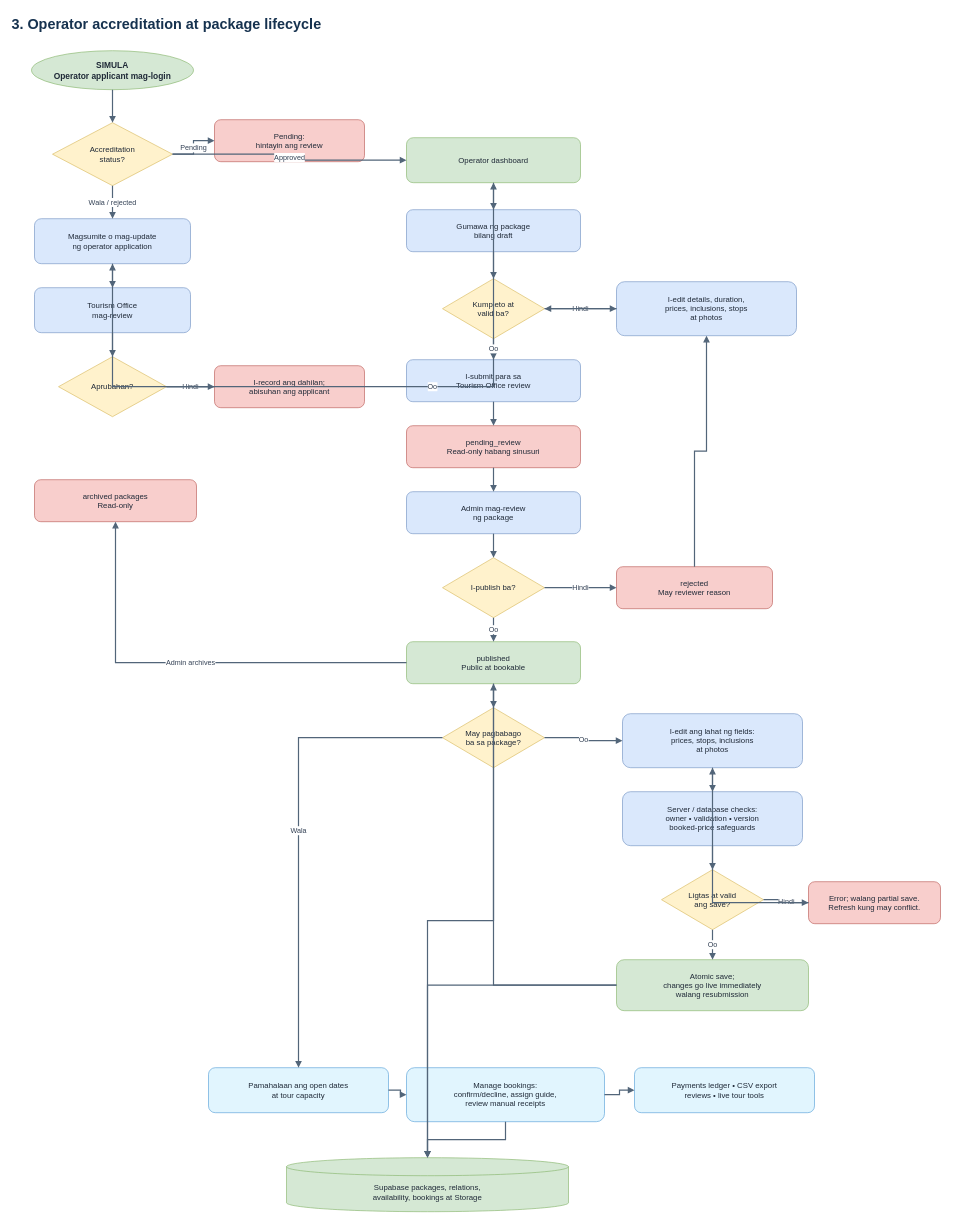
The draw.io diagram page "03 Operator and Packages" (3 of 6) of docs/CONNECT_DAET_SYSTEM_FLOWCHART.drawio in MarkBarrios19/daet-connect.ph, before the edit. Source tidied: cells renumbered, new cells numbered last; positions are measured from the earlier drawing's top-left corner, leaving out a move shared by most shapes. Both pictures are drawn from the tidied source at 60%, with x=0, y=0 at pixel (10, 10).
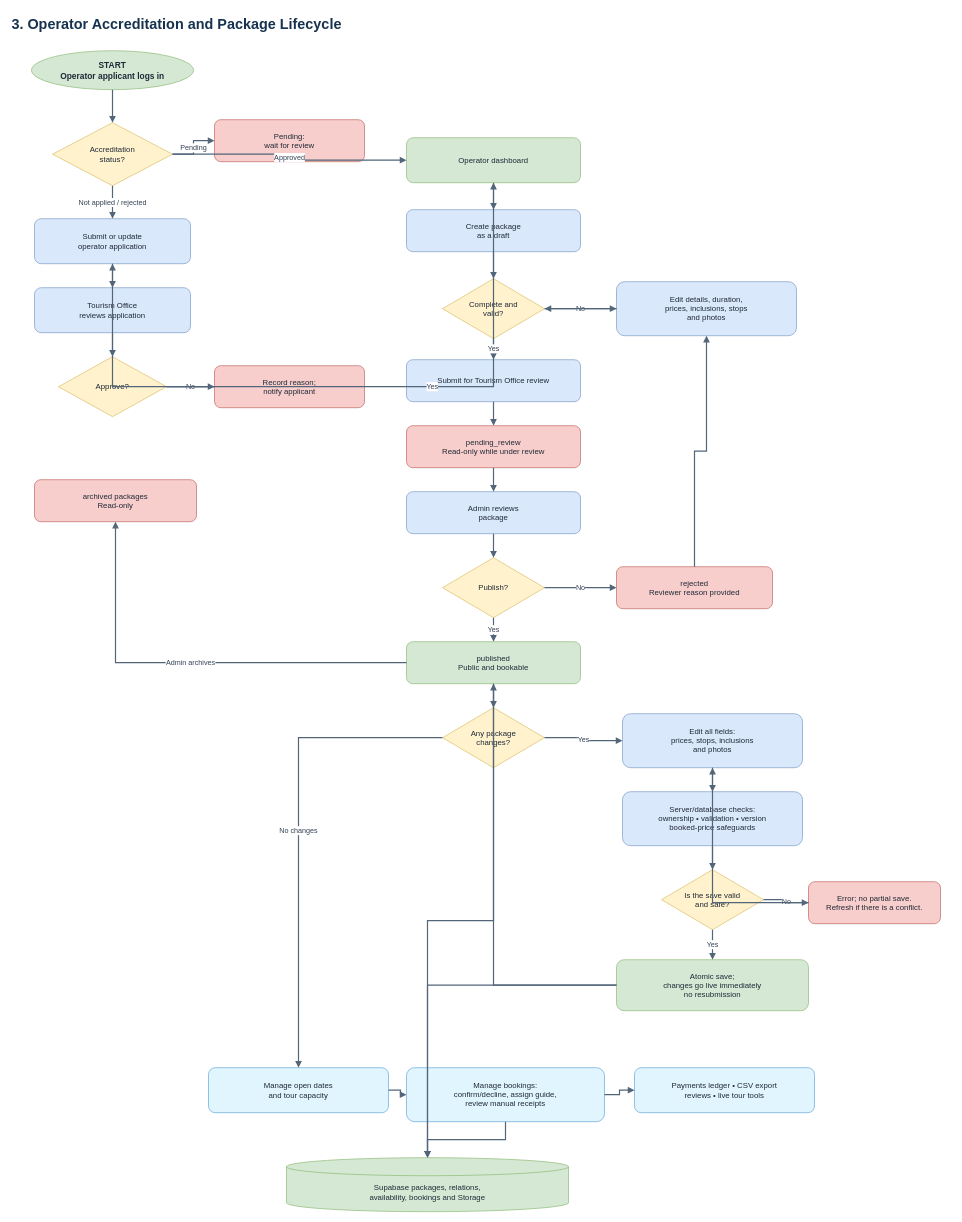
The same diagram, later.

The change refers to these unchanged cells:
```xml
<mxCell id="4" value="Accreditation&lt;br&gt;status?" style="rhombus;whiteSpace=wrap;html=1;fillColor=#fff2cc;strokeColor=#d6b656;fontColor=#1f2937;fontSize=13;align=center;verticalAlign=middle;spacing=6;" parent="1" vertex="1">
  <mxGeometry x="70" y="187" width="200" height="105" as="geometry" />
</mxCell>
<mxCell id="10" value="Operator dashboard" style="rounded=1;whiteSpace=wrap;html=1;fillColor=#d5e8d4;strokeColor=#82b366;fontColor=#1f2937;fontSize=13;align=center;verticalAlign=middle;spacing=8;" parent="1" vertex="1">
  <mxGeometry x="660" y="212" width="290" height="75" as="geometry" />
</mxCell>
```

Diff of the diagram source:
```diff
@@
-    <mxCell id="2" value="3. Operator accreditation at package lifecycle" style="text;html=1;align=left;verticalAlign=middle;fontSize=24;fontStyle=1;fontColor=#16324f;whiteSpace=wrap;" parent="1" vertex="1">
+    <mxCell id="2" value="3. Operator Accreditation and Package Lifecycle" style="text;html=1;align=left;verticalAlign=middle;fontSize=24;fontStyle=1;fontColor=#16324f;whiteSpace=wrap;" parent="1" vertex="1">
       <mxGeometry width="1570" height="48" as="geometry" />
     </mxCell>
-    <mxCell id="3" value="SIMULA&lt;br&gt;Operator applicant mag-login" style="ellipse;whiteSpace=wrap;html=1;fillColor=#d5e8d4;strokeColor=#82b366;fontColor=#1f2937;fontSize=14;fontStyle=1;align=center;verticalAlign=middle;spacing=8;" parent="1" vertex="1">
+    <mxCell id="3" value="START&lt;br&gt;Operator applicant logs in" style="ellipse;whiteSpace=wrap;html=1;fillColor=#d5e8d4;strokeColor=#82b366;fontColor=#1f2937;fontSize=14;fontStyle=1;align=center;verticalAlign=middle;spacing=8;" parent="1" vertex="1">
       <mxGeometry x="35" y="67" width="270" height="65" as="geometry" />
     </mxCell>
@@
-    <mxCell id="5" value="Magsumite o mag-update&lt;br&gt;ng operator application" style="rounded=1;whiteSpace=wrap;html=1;fillColor=#dae8fc;strokeColor=#6c8ebf;fontColor=#1f2937;fontSize=13;align=center;verticalAlign=middle;spacing=8;" parent="1" vertex="1">
+    <mxCell id="5" value="Submit or update&lt;br&gt;operator application" style="rounded=1;whiteSpace=wrap;html=1;fillColor=#dae8fc;strokeColor=#6c8ebf;fontColor=#1f2937;fontSize=13;align=center;verticalAlign=middle;spacing=8;" parent="1" vertex="1">
       <mxGeometry x="40" y="347" width="260" height="75" as="geometry" />
     </mxCell>
-    <mxCell id="6" value="Tourism Office&lt;br&gt;mag-review" style="rounded=1;whiteSpace=wrap;html=1;fillColor=#dae8fc;strokeColor=#6c8ebf;fontColor=#1f2937;fontSize=13;align=center;verticalAlign=middle;spacing=8;" parent="1" vertex="1">
+    <mxCell id="6" value="Tourism Office&lt;br&gt;reviews application" style="rounded=1;whiteSpace=wrap;html=1;fillColor=#dae8fc;strokeColor=#6c8ebf;fontColor=#1f2937;fontSize=13;align=center;verticalAlign=middle;spacing=8;" parent="1" vertex="1">
       <mxGeometry x="40" y="462" width="260" height="75" as="geometry" />
     </mxCell>
-    <mxCell id="7" value="Aprubahan?" style="rhombus;whiteSpace=wrap;html=1;fillColor=#fff2cc;strokeColor=#d6b656;fontColor=#1f2937;fontSize=13;align=center;verticalAlign=middle;spacing=6;" parent="1" vertex="1">
+    <mxCell id="7" value="Approve?" style="rhombus;whiteSpace=wrap;html=1;fillColor=#fff2cc;strokeColor=#d6b656;fontColor=#1f2937;fontSize=13;align=center;verticalAlign=middle;spacing=6;" parent="1" vertex="1">
       <mxGeometry x="80" y="577" width="180" height="100" as="geometry" />
     </mxCell>
-    <mxCell id="8" value="I-record ang dahilan;&lt;br&gt;abisuhan ang applicant" style="rounded=1;whiteSpace=wrap;html=1;fillColor=#f8cecc;strokeColor=#b85450;fontColor=#1f2937;fontSize=13;align=center;verticalAlign=middle;spacing=8;" parent="1" vertex="1">
+    <mxCell id="8" value="Record reason;&lt;br&gt;notify applicant" style="rounded=1;whiteSpace=wrap;html=1;fillColor=#f8cecc;strokeColor=#b85450;fontColor=#1f2937;fontSize=13;align=center;verticalAlign=middle;spacing=8;" parent="1" vertex="1">
       <mxGeometry x="340" y="592" width="250" height="70" as="geometry" />
     </mxCell>
-    <mxCell id="9" value="Pending:&lt;br&gt;hintayin ang review" style="rounded=1;whiteSpace=wrap;html=1;fillColor=#f8cecc;strokeColor=#b85450;fontColor=#1f2937;fontSize=13;align=center;verticalAlign=middle;spacing=8;" parent="1" vertex="1">
+    <mxCell id="9" value="Pending:&lt;br&gt;wait for review" style="rounded=1;whiteSpace=wrap;html=1;fillColor=#f8cecc;strokeColor=#b85450;fontColor=#1f2937;fontSize=13;align=center;verticalAlign=middle;spacing=8;" parent="1" vertex="1">
       <mxGeometry x="340" y="182" width="250" height="70" as="geometry" />
     </mxCell>
@@
-    <mxCell id="11" value="Gumawa ng package&lt;br&gt;bilang draft" style="rounded=1;whiteSpace=wrap;html=1;fillColor=#dae8fc;strokeColor=#6c8ebf;fontColor=#1f2937;fontSize=13;align=center;verticalAlign=middle;spacing=8;" parent="1" vertex="1">
+    <mxCell id="11" value="Create package&lt;br&gt;as a draft" style="rounded=1;whiteSpace=wrap;html=1;fillColor=#dae8fc;strokeColor=#6c8ebf;fontColor=#1f2937;fontSize=13;align=center;verticalAlign=middle;spacing=8;" parent="1" vertex="1">
       <mxGeometry x="660" y="332" width="290" height="70" as="geometry" />
     </mxCell>
-    <mxCell id="12" value="Kumpleto at&lt;br&gt;valid ba?" style="rhombus;whiteSpace=wrap;html=1;fillColor=#fff2cc;strokeColor=#d6b656;fontColor=#1f2937;fontSize=13;align=center;verticalAlign=middle;spacing=6;" parent="1" vertex="1">
+    <mxCell id="12" value="Complete and&lt;br&gt;valid?" style="rhombus;whiteSpace=wrap;html=1;fillColor=#fff2cc;strokeColor=#d6b656;fontColor=#1f2937;fontSize=13;align=center;verticalAlign=middle;spacing=6;" parent="1" vertex="1">
       <mxGeometry x="720" y="447" width="170" height="100" as="geometry" />
     </mxCell>
-    <mxCell id="13" value="I-edit details, duration,&lt;br&gt;prices, inclusions, stops&lt;br&gt;at photos" style="rounded=1;whiteSpace=wrap;html=1;fillColor=#dae8fc;strokeColor=#6c8ebf;fontColor=#1f2937;fontSize=13;align=center;verticalAlign=middle;spacing=8;" parent="1" vertex="1">
+    <mxCell id="13" value="Edit details, duration,&lt;br&gt;prices, inclusions, stops&lt;br&gt;and photos" style="rounded=1;whiteSpace=wrap;html=1;fillColor=#dae8fc;strokeColor=#6c8ebf;fontColor=#1f2937;fontSize=13;align=center;verticalAlign=middle;spacing=8;" parent="1" vertex="1">
       <mxGeometry x="1010" y="452" width="300" height="90" as="geometry" />
     </mxCell>
-    <mxCell id="14" value="I-submit para sa&lt;br&gt;Tourism Office review" style="rounded=1;whiteSpace=wrap;html=1;fillColor=#dae8fc;strokeColor=#6c8ebf;fontColor=#1f2937;fontSize=13;align=center;verticalAlign=middle;spacing=8;" parent="1" vertex="1">
+    <mxCell id="14" value="Submit for Tourism Office review" style="rounded=1;whiteSpace=wrap;html=1;fillColor=#dae8fc;strokeColor=#6c8ebf;fontColor=#1f2937;fontSize=13;align=center;verticalAlign=middle;spacing=8;" parent="1" vertex="1">
       <mxGeometry x="660" y="582" width="290" height="70" as="geometry" />
     </mxCell>
-    <mxCell id="15" value="pending_review&lt;br&gt;Read-only habang sinusuri" style="rounded=1;whiteSpace=wrap;html=1;fillColor=#f8cecc;strokeColor=#b85450;fontColor=#1f2937;fontSize=13;align=center;verticalAlign=middle;spacing=8;" parent="1" vertex="1">
+    <mxCell id="15" value="pending_review&lt;br&gt;Read-only while under review" style="rounded=1;whiteSpace=wrap;html=1;fillColor=#f8cecc;strokeColor=#b85450;fontColor=#1f2937;fontSize=13;align=center;verticalAlign=middle;spacing=8;" parent="1" vertex="1">
       <mxGeometry x="660" y="692" width="290" height="70" as="geometry" />
     </mxCell>
-    <mxCell id="16" value="Admin mag-review&lt;br&gt;ng package" style="rounded=1;whiteSpace=wrap;html=1;fillColor=#dae8fc;strokeColor=#6c8ebf;fontColor=#1f2937;fontSize=13;align=center;verticalAlign=middle;spacing=8;" parent="1" vertex="1">
+    <mxCell id="16" value="Admin reviews&lt;br&gt;package" style="rounded=1;whiteSpace=wrap;html=1;fillColor=#dae8fc;strokeColor=#6c8ebf;fontColor=#1f2937;fontSize=13;align=center;verticalAlign=middle;spacing=8;" parent="1" vertex="1">
       <mxGeometry x="660" y="802" width="290" height="70" as="geometry" />
     </mxCell>
-    <mxCell id="17" value="I-publish ba?" style="rhombus;whiteSpace=wrap;html=1;fillColor=#fff2cc;strokeColor=#d6b656;fontColor=#1f2937;fontSize=13;align=center;verticalAlign=middle;spacing=6;" parent="1" vertex="1">
+    <mxCell id="17" value="Publish?" style="rhombus;whiteSpace=wrap;html=1;fillColor=#fff2cc;strokeColor=#d6b656;fontColor=#1f2937;fontSize=13;align=center;verticalAlign=middle;spacing=6;" parent="1" vertex="1">
       <mxGeometry x="720" y="912" width="170" height="100" as="geometry" />
     </mxCell>
-    <mxCell id="18" value="rejected&lt;br&gt;May reviewer reason" style="rounded=1;whiteSpace=wrap;html=1;fillColor=#f8cecc;strokeColor=#b85450;fontColor=#1f2937;fontSize=13;align=center;verticalAlign=middle;spacing=8;" parent="1" vertex="1">
+    <mxCell id="18" value="rejected&lt;br&gt;Reviewer reason provided" style="rounded=1;whiteSpace=wrap;html=1;fillColor=#f8cecc;strokeColor=#b85450;fontColor=#1f2937;fontSize=13;align=center;verticalAlign=middle;spacing=8;" parent="1" vertex="1">
       <mxGeometry x="1010" y="927" width="260" height="70" as="geometry" />
     </mxCell>
-    <mxCell id="19" value="published&lt;br&gt;Public at bookable" style="rounded=1;whiteSpace=wrap;html=1;fillColor=#d5e8d4;strokeColor=#82b366;fontColor=#1f2937;fontSize=13;align=center;verticalAlign=middle;spacing=8;" parent="1" vertex="1">
+    <mxCell id="19" value="published&lt;br&gt;Public and bookable" style="rounded=1;whiteSpace=wrap;html=1;fillColor=#d5e8d4;strokeColor=#82b366;fontColor=#1f2937;fontSize=13;align=center;verticalAlign=middle;spacing=8;" parent="1" vertex="1">
       <mxGeometry x="660" y="1052" width="290" height="70" as="geometry" />
     </mxCell>
-    <mxCell id="20" value="May pagbabago&lt;br&gt;ba sa package?" style="rhombus;whiteSpace=wrap;html=1;fillColor=#fff2cc;strokeColor=#d6b656;fontColor=#1f2937;fontSize=13;align=center;verticalAlign=middle;spacing=6;" parent="1" vertex="1">
+    <mxCell id="20" value="Any package&lt;br&gt;changes?" style="rhombus;whiteSpace=wrap;html=1;fillColor=#fff2cc;strokeColor=#d6b656;fontColor=#1f2937;fontSize=13;align=center;verticalAlign=middle;spacing=6;" parent="1" vertex="1">
       <mxGeometry x="720" y="1162" width="170" height="100" as="geometry" />
     </mxCell>
-    <mxCell id="21" value="I-edit ang lahat ng fields:&lt;br&gt;prices, stops, inclusions&lt;br&gt;at photos" style="rounded=1;whiteSpace=wrap;html=1;fillColor=#dae8fc;strokeColor=#6c8ebf;fontColor=#1f2937;fontSize=13;align=center;verticalAlign=middle;spacing=8;" parent="1" vertex="1">
+    <mxCell id="21" value="Edit all fields:&lt;br&gt;prices, stops, inclusions&lt;br&gt;and photos" style="rounded=1;whiteSpace=wrap;html=1;fillColor=#dae8fc;strokeColor=#6c8ebf;fontColor=#1f2937;fontSize=13;align=center;verticalAlign=middle;spacing=8;" parent="1" vertex="1">
       <mxGeometry x="1020" y="1172" width="300" height="90" as="geometry" />
     </mxCell>
-    <mxCell id="22" value="Server / database checks:&lt;br&gt;owner • validation • version&lt;br&gt;booked-price safeguards" style="rounded=1;whiteSpace=wrap;html=1;fillColor=#dae8fc;strokeColor=#6c8ebf;fontColor=#1f2937;fontSize=13;align=center;verticalAlign=middle;spacing=8;" parent="1" vertex="1">
+    <mxCell id="22" value="Server/database checks:&lt;br&gt;ownership • validation • version&lt;br&gt;booked-price safeguards" style="rounded=1;whiteSpace=wrap;html=1;fillColor=#dae8fc;strokeColor=#6c8ebf;fontColor=#1f2937;fontSize=13;align=center;verticalAlign=middle;spacing=8;" parent="1" vertex="1">
       <mxGeometry x="1020" y="1302" width="300" height="90" as="geometry" />
     </mxCell>
-    <mxCell id="23" value="Ligtas at valid&lt;br&gt;ang save?" style="rhombus;whiteSpace=wrap;html=1;fillColor=#fff2cc;strokeColor=#d6b656;fontColor=#1f2937;fontSize=13;align=center;verticalAlign=middle;spacing=6;" parent="1" vertex="1">
+    <mxCell id="23" value="Is the save valid&lt;br&gt;and safe?" style="rhombus;whiteSpace=wrap;html=1;fillColor=#fff2cc;strokeColor=#d6b656;fontColor=#1f2937;fontSize=13;align=center;verticalAlign=middle;spacing=6;" parent="1" vertex="1">
       <mxGeometry x="1085" y="1432" width="170" height="100" as="geometry" />
     </mxCell>
-    <mxCell id="24" value="Error; walang partial save.&lt;br&gt;Refresh kung may conflict." style="rounded=1;whiteSpace=wrap;html=1;fillColor=#f8cecc;strokeColor=#b85450;fontColor=#1f2937;fontSize=13;align=center;verticalAlign=middle;spacing=8;" parent="1" vertex="1">
+    <mxCell id="24" value="Error; no partial save.&lt;br&gt;Refresh if there is a conflict." style="rounded=1;whiteSpace=wrap;html=1;fillColor=#f8cecc;strokeColor=#b85450;fontColor=#1f2937;fontSize=13;align=center;verticalAlign=middle;spacing=8;" parent="1" vertex="1">
       <mxGeometry x="1330" y="1452" width="220" height="70" as="geometry" />
     </mxCell>
-    <mxCell id="25" value="Atomic save;&lt;br&gt;changes go live immediately&lt;br&gt;walang resubmission" style="rounded=1;whiteSpace=wrap;html=1;fillColor=#d5e8d4;strokeColor=#82b366;fontColor=#1f2937;fontSize=13;align=center;verticalAlign=middle;spacing=8;" parent="1" vertex="1">
+    <mxCell id="25" value="Atomic save;&lt;br&gt;changes go live immediately&lt;br&gt;no resubmission" style="rounded=1;whiteSpace=wrap;html=1;fillColor=#d5e8d4;strokeColor=#82b366;fontColor=#1f2937;fontSize=13;align=center;verticalAlign=middle;spacing=8;" parent="1" vertex="1">
       <mxGeometry x="1010" y="1582" width="320" height="85" as="geometry" />
     </mxCell>
@@
-    <mxCell id="27" value="Pamahalaan ang open dates&lt;br&gt;at tour capacity" style="rounded=1;whiteSpace=wrap;html=1;fillColor=#e1f5fe;strokeColor=#4d9bd6;fontColor=#1f2937;fontSize=13;align=center;verticalAlign=middle;spacing=8;" parent="1" vertex="1">
+    <mxCell id="27" value="Manage open dates&lt;br&gt;and tour capacity" style="rounded=1;whiteSpace=wrap;html=1;fillColor=#e1f5fe;strokeColor=#4d9bd6;fontColor=#1f2937;fontSize=13;align=center;verticalAlign=middle;spacing=8;" parent="1" vertex="1">
       <mxGeometry x="330" y="1762" width="300" height="75" as="geometry" />
     </mxCell>
@@
-    <mxCell id="30" value="Supabase packages, relations,&lt;br&gt;availability, bookings at Storage" style="shape=cylinder3;whiteSpace=wrap;html=1;boundedLbl=1;backgroundOutline=1;size=15;fillColor=#d5e8d4;strokeColor=#82b366;fontColor=#1f2937;fontSize=13;align=center;verticalAlign=middle;spacing=8;" parent="1" vertex="1">
+    <mxCell id="30" value="Supabase packages, relations,&lt;br&gt;availability, bookings and Storage" style="shape=cylinder3;whiteSpace=wrap;html=1;boundedLbl=1;backgroundOutline=1;size=15;fillColor=#d5e8d4;strokeColor=#82b366;fontColor=#1f2937;fontSize=13;align=center;verticalAlign=middle;spacing=8;" parent="1" vertex="1">
       <mxGeometry x="460" y="1912" width="470" height="90" as="geometry" />
     </mxCell>
@@
-    <mxCell id="34" value="Wala / rejected" style="edgeStyle=orthogonalEdgeStyle;rounded=0;jettySize=auto;html=1;endArrow=block;endFill=1;strokeColor=#526579;strokeWidth=2;fontColor=#334155;fontSize=12;labelBackgroundColor=#ffffff;" parent="1" edge="1" source="4" target="5">
+    <mxCell id="34" value="Not applied / rejected" style="edgeStyle=orthogonalEdgeStyle;rounded=0;jettySize=auto;html=1;endArrow=block;endFill=1;strokeColor=#526579;strokeWidth=2;fontColor=#334155;fontSize=12;labelBackgroundColor=#ffffff;" parent="1" edge="1" source="4" target="5">
       <mxGeometry relative="1" as="geometry" />
     </mxCell>
@@
-    <mxCell id="37" value="Hindi" style="edgeStyle=orthogonalEdgeStyle;rounded=0;jettySize=auto;html=1;endArrow=block;endFill=1;strokeColor=#526579;strokeWidth=2;fontColor=#334155;fontSize=12;labelBackgroundColor=#ffffff;" parent="1" edge="1" source="7" target="8">
+    <mxCell id="37" value="No" style="edgeStyle=orthogonalEdgeStyle;rounded=0;jettySize=auto;html=1;endArrow=block;endFill=1;strokeColor=#526579;strokeWidth=2;fontColor=#334155;fontSize=12;labelBackgroundColor=#ffffff;" parent="1" edge="1" source="7" target="8">
       <mxGeometry relative="1" as="geometry" />
     </mxCell>
@@
-    <mxCell id="39" value="Oo" style="edgeStyle=orthogonalEdgeStyle;rounded=0;jettySize=auto;html=1;endArrow=block;endFill=1;strokeColor=#526579;strokeWidth=2;fontColor=#334155;fontSize=12;labelBackgroundColor=#ffffff;" parent="1" edge="1" source="7" target="10">
+    <mxCell id="39" value="Yes" style="edgeStyle=orthogonalEdgeStyle;rounded=0;jettySize=auto;html=1;endArrow=block;endFill=1;strokeColor=#526579;strokeWidth=2;fontColor=#334155;fontSize=12;labelBackgroundColor=#ffffff;" parent="1" edge="1" source="7" target="10">
       <mxGeometry relative="1" as="geometry" />
     </mxCell>
@@
-    <mxCell id="42" value="Hindi" style="edgeStyle=orthogonalEdgeStyle;rounded=0;jettySize=auto;html=1;endArrow=block;endFill=1;strokeColor=#526579;strokeWidth=2;fontColor=#334155;fontSize=12;labelBackgroundColor=#ffffff;" parent="1" edge="1" source="12" target="13">
+    <mxCell id="42" value="No" style="edgeStyle=orthogonalEdgeStyle;rounded=0;jettySize=auto;html=1;endArrow=block;endFill=1;strokeColor=#526579;strokeWidth=2;fontColor=#334155;fontSize=12;labelBackgroundColor=#ffffff;" parent="1" edge="1" source="12" target="13">
       <mxGeometry relative="1" as="geometry" />
     </mxCell>
@@
-    <mxCell id="44" value="Oo" style="edgeStyle=orthogonalEdgeStyle;rounded=0;jettySize=auto;html=1;endArrow=block;endFill=1;strokeColor=#526579;strokeWidth=2;fontColor=#334155;fontSize=12;labelBackgroundColor=#ffffff;" parent="1" edge="1" source="12" target="14">
+    <mxCell id="44" value="Yes" style="edgeStyle=orthogonalEdgeStyle;rounded=0;jettySize=auto;html=1;endArrow=block;endFill=1;strokeColor=#526579;strokeWidth=2;fontColor=#334155;fontSize=12;labelBackgroundColor=#ffffff;" parent="1" edge="1" source="12" target="14">
       <mxGeometry relative="1" as="geometry" />
     </mxCell>
@@
-    <mxCell id="48" value="Hindi" style="edgeStyle=orthogonalEdgeStyle;rounded=0;jettySize=auto;html=1;endArrow=block;endFill=1;strokeColor=#526579;strokeWidth=2;fontColor=#334155;fontSize=12;labelBackgroundColor=#ffffff;" parent="1" edge="1" source="17" target="18">
+    <mxCell id="48" value="No" style="edgeStyle=orthogonalEdgeStyle;rounded=0;jettySize=auto;html=1;endArrow=block;endFill=1;strokeColor=#526579;strokeWidth=2;fontColor=#334155;fontSize=12;labelBackgroundColor=#ffffff;" parent="1" edge="1" source="17" target="18">
       <mxGeometry relative="1" as="geometry" />
     </mxCell>
@@
-    <mxCell id="50" value="Oo" style="edgeStyle=orthogonalEdgeStyle;rounded=0;jettySize=auto;html=1;endArrow=block;endFill=1;strokeColor=#526579;strokeWidth=2;fontColor=#334155;fontSize=12;labelBackgroundColor=#ffffff;" parent="1" edge="1" source="17" target="19">
+    <mxCell id="50" value="Yes" style="edgeStyle=orthogonalEdgeStyle;rounded=0;jettySize=auto;html=1;endArrow=block;endFill=1;strokeColor=#526579;strokeWidth=2;fontColor=#334155;fontSize=12;labelBackgroundColor=#ffffff;" parent="1" edge="1" source="17" target="19">
       <mxGeometry relative="1" as="geometry" />
     </mxCell>
@@
-    <mxCell id="52" value="Wala" style="edgeStyle=orthogonalEdgeStyle;rounded=0;jettySize=auto;html=1;endArrow=block;endFill=1;strokeColor=#526579;strokeWidth=2;fontColor=#334155;fontSize=12;labelBackgroundColor=#ffffff;" parent="1" edge="1" source="20" target="27">
+    <mxCell id="52" value="No changes" style="edgeStyle=orthogonalEdgeStyle;rounded=0;jettySize=auto;html=1;endArrow=block;endFill=1;strokeColor=#526579;strokeWidth=2;fontColor=#334155;fontSize=12;labelBackgroundColor=#ffffff;" parent="1" edge="1" source="20" target="27">
       <mxGeometry relative="1" as="geometry" />
     </mxCell>
-    <mxCell id="53" value="Oo" style="edgeStyle=orthogonalEdgeStyle;rounded=0;jettySize=auto;html=1;endArrow=block;endFill=1;strokeColor=#526579;strokeWidth=2;fontColor=#334155;fontSize=12;labelBackgroundColor=#ffffff;" parent="1" edge="1" source="20" target="21">
+    <mxCell id="53" value="Yes" style="edgeStyle=orthogonalEdgeStyle;rounded=0;jettySize=auto;html=1;endArrow=block;endFill=1;strokeColor=#526579;strokeWidth=2;fontColor=#334155;fontSize=12;labelBackgroundColor=#ffffff;" parent="1" edge="1" source="20" target="21">
       <mxGeometry relative="1" as="geometry" />
     </mxCell>
@@
-    <mxCell id="56" value="Hindi" style="edgeStyle=orthogonalEdgeStyle;rounded=0;jettySize=auto;html=1;endArrow=block;endFill=1;strokeColor=#526579;strokeWidth=2;fontColor=#334155;fontSize=12;labelBackgroundColor=#ffffff;" parent="1" edge="1" source="23" target="24">
+    <mxCell id="56" value="No" style="edgeStyle=orthogonalEdgeStyle;rounded=0;jettySize=auto;html=1;endArrow=block;endFill=1;strokeColor=#526579;strokeWidth=2;fontColor=#334155;fontSize=12;labelBackgroundColor=#ffffff;" parent="1" edge="1" source="23" target="24">
       <mxGeometry relative="1" as="geometry" />
     </mxCell>
@@
-    <mxCell id="58" value="Oo" style="edgeStyle=orthogonalEdgeStyle;rounded=0;jettySize=auto;html=1;endArrow=block;endFill=1;strokeColor=#526579;strokeWidth=2;fontColor=#334155;fontSize=12;labelBackgroundColor=#ffffff;" parent="1" edge="1" source="23" target="25">
+    <mxCell id="58" value="Yes" style="edgeStyle=orthogonalEdgeStyle;rounded=0;jettySize=auto;html=1;endArrow=block;endFill=1;strokeColor=#526579;strokeWidth=2;fontColor=#334155;fontSize=12;labelBackgroundColor=#ffffff;" parent="1" edge="1" source="23" target="25">
       <mxGeometry relative="1" as="geometry" />
     </mxCell>
```
